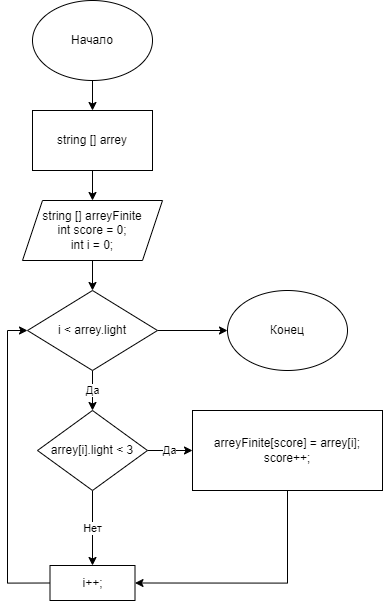
This is CW.drawio.png from DmitrievVD/ControlWork, a draw.io export, as it was before one commit. Source tidied: cells renumbered, new cells last; positions are measured from the earlier drawing's top-left corner, leaving out a move shared by most shapes.
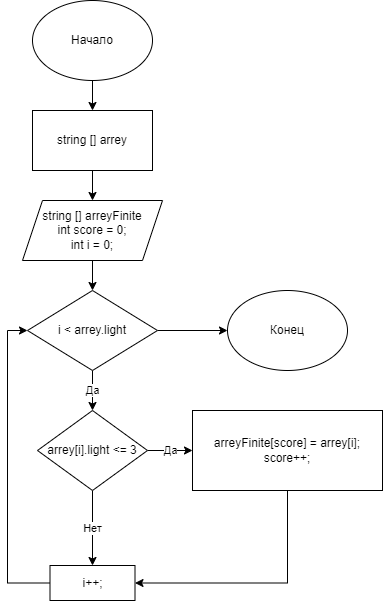
Later version of the same file.

Commit message:
Добавил блок схему алгоритма

Diff of the diagram source:
```diff
@@ -29,7 +29,7 @@
     <mxCell id="10" value="Нет" style="edgeStyle=orthogonalEdgeStyle;rounded=0;jettySize=auto;html=1;exitX=0.5;exitY=1;exitDx=0;exitDy=0;entryX=0.5;entryY=0;entryDx=0;entryDy=0;" parent="1" edge="1" source="11" target="17">
       <mxGeometry relative="1" as="geometry" />
     </mxCell>
-    <mxCell id="11" value="arrey[i].light &amp;lt; 3" style="rhombus;whiteSpace=wrap;html=1;" parent="1" vertex="1">
+    <mxCell id="11" value="arrey[i].light &amp;lt;= 3" style="rhombus;whiteSpace=wrap;html=1;" parent="1" vertex="1">
       <mxGeometry x="15" y="410" width="110" height="80" as="geometry" />
     </mxCell>
     <mxCell id="12" style="edgeStyle=orthogonalEdgeStyle;rounded=0;jettySize=auto;html=1;exitX=0.5;exitY=1;exitDx=0;exitDy=0;entryX=0.5;entryY=0;entryDx=0;entryDy=0;" parent="1" edge="1" source="13" target="5">
```
